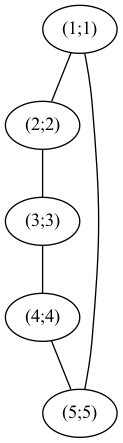
IvanMurzin/Informatics keeps this Graphviz diagram as lab5/output/graph.dot.png. Above is the earlier version. Its source is kept beside it as lab5/output/graph.dot. Source of this version:
```dot
strict graph {
 "(1;1)";
 "(1;1)" -- "(2;2)";
 "(1;1)" -- "(5;5)";
 "(2;2)";
 "(2;2)" -- "(1;1)";
 "(2;2)" -- "(3;3)";
 "(3;3)";
 "(3;3)" -- "(2;2)";
 "(3;3)" -- "(4;4)";
 "(4;4)";
 "(4;4)" -- "(3;3)";
 "(4;4)" -- "(5;5)";
 "(5;5)";
 "(5;5)" -- "(1;1)";
 "(5;5)" -- "(4;4)";
}
```
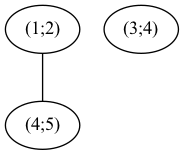
After the commit.

Diff of the diagram source:
```diff
@@ -1,17 +1,7 @@
 strict graph {
- "(1;1)";
- "(1;1)" -- "(2;2)";
- "(1;1)" -- "(5;5)";
- "(2;2)";
- "(2;2)" -- "(1;1)";
- "(2;2)" -- "(3;3)";
- "(3;3)";
- "(3;3)" -- "(2;2)";
- "(3;3)" -- "(4;4)";
- "(4;4)";
- "(4;4)" -- "(3;3)";
- "(4;4)" -- "(5;5)";
- "(5;5)";
- "(5;5)" -- "(1;1)";
- "(5;5)" -- "(4;4)";
+ "(1;2)";
+ "(1;2)" -- "(4;5)";
+ "(4;5)";
+ "(4;5)" -- "(1;2)";
+ "(3;4)";
 }
```
